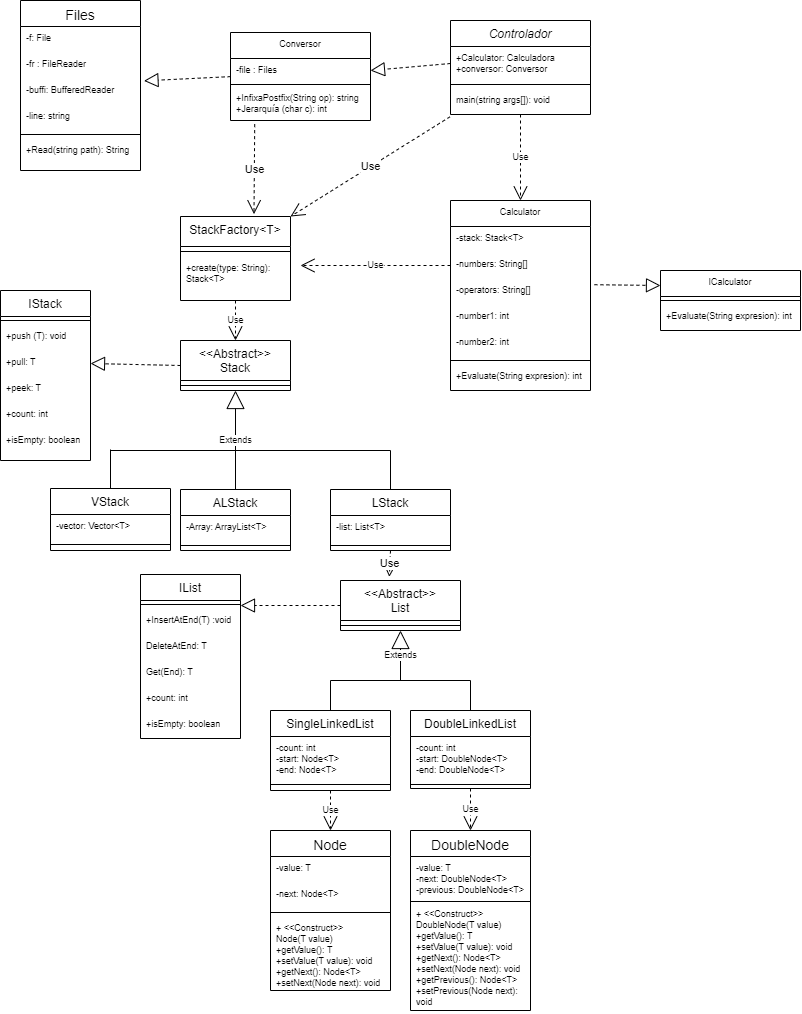
Gegdgt/Hoja4 keeps this draw.io diagram as uml/Hoja de Trabajo 4.png. Above is the earlier version. Source tidied: cells renumbered, new cells last; positions are measured from the earlier drawing's top-left corner, leaving out a move shared by most shapes.
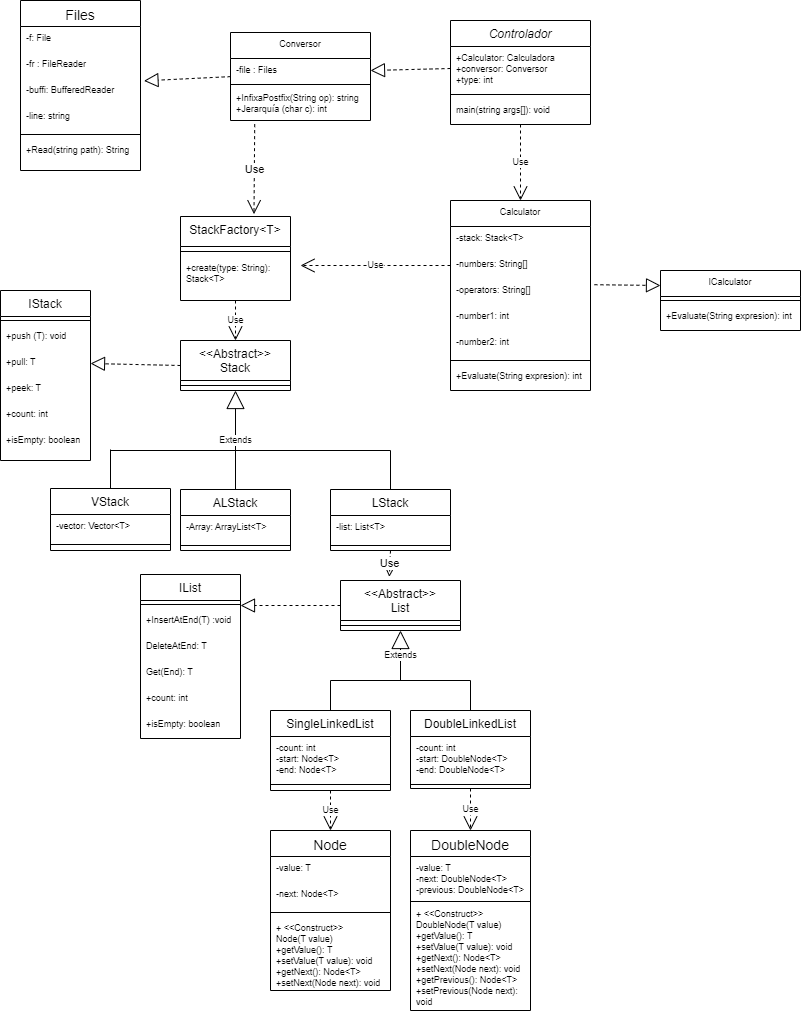
After the change.

Commit message:
Cambios Controlador y Calculator

The edit, as a diff of the source:
```diff
@@ -3,16 +3,16 @@
     <mxCell id="0" />
     <mxCell id="1" parent="0" />
     <mxCell id="2" value="Controlador" style="swimlane;fontStyle=2;align=center;verticalAlign=top;horizontal=1;startSize=26;rounded=0;shadow=0;strokeWidth=1;" parent="1" vertex="1">
-      <mxGeometry x="450" y="20" width="140" height="94" as="geometry" />
+      <mxGeometry x="450" y="20" width="140" height="104" as="geometry" />
     </mxCell>
-    <mxCell id="3" value="+Calculator: Calculadora&#10;+conversor: Conversor" style="text;align=left;verticalAlign=top;spacingLeft=4;spacingRight=4;overflow=hidden;points=[[0,0.5],[1,0.5]];portConstraint=eastwest;fontSize=9;" parent="2" vertex="1">
-      <mxGeometry y="26" width="140" height="34" as="geometry" />
+    <mxCell id="3" value="+Calculator: Calculadora&#10;+conversor: Conversor&#10;+type: int" style="text;align=left;verticalAlign=top;spacingLeft=4;spacingRight=4;overflow=hidden;points=[[0,0.5],[1,0.5]];portConstraint=eastwest;fontSize=9;" parent="2" vertex="1">
+      <mxGeometry y="26" width="140" height="44" as="geometry" />
     </mxCell>
     <mxCell id="4" style="line;html=1;strokeWidth=1;align=left;verticalAlign=middle;spacingTop=-1;spacingLeft=3;spacingRight=3;labelPosition=right;" parent="2" vertex="1">
-      <mxGeometry y="60" width="140" height="8" as="geometry" />
+      <mxGeometry y="70" width="140" height="8" as="geometry" />
     </mxCell>
     <mxCell id="5" value="main(string args[]): void" style="text;align=left;verticalAlign=top;spacingLeft=4;spacingRight=4;overflow=hidden;points=[[0,0.5],[1,0.5]];portConstraint=eastwest;fontSize=9;" parent="2" vertex="1">
-      <mxGeometry y="68" width="140" height="26" as="geometry" />
+      <mxGeometry y="78" width="140" height="26" as="geometry" />
     </mxCell>
     <mxCell id="6" value="Conversor" style="swimlane;fontStyle=0;align=center;verticalAlign=top;horizontal=1;startSize=26;rounded=0;shadow=0;strokeWidth=1;fontSize=9;" parent="1" vertex="1">
       <mxGeometry x="230" y="32" width="140" height="88" as="geometry" />
@@ -293,8 +293,5 @@
     <mxCell id="92" style="endArrow=block;dashed=1;endFill=0;endSize=12;html=1;rounded=0;exitX=0;exitY=0.5;exitDx=0;exitDy=0;entryX=1;entryY=0.5;entryDx=0;entryDy=0;" parent="1" edge="1" source="3" target="7">
       <mxGeometry relative="1" as="geometry" />
     </mxCell>
-    <mxCell id="93" value="Use" style="endArrow=open;endSize=12;dashed=1;html=1;rounded=0;exitX=-0.004;exitY=1.09;exitDx=0;exitDy=0;exitPerimeter=0;entryX=1;entryY=0;entryDx=0;entryDy=0;" parent="1" edge="1" source="5" target="79">
-      <mxGeometry relative="1" as="geometry" />
-    </mxCell>
   </root>
 </mxGraphModel>
```
